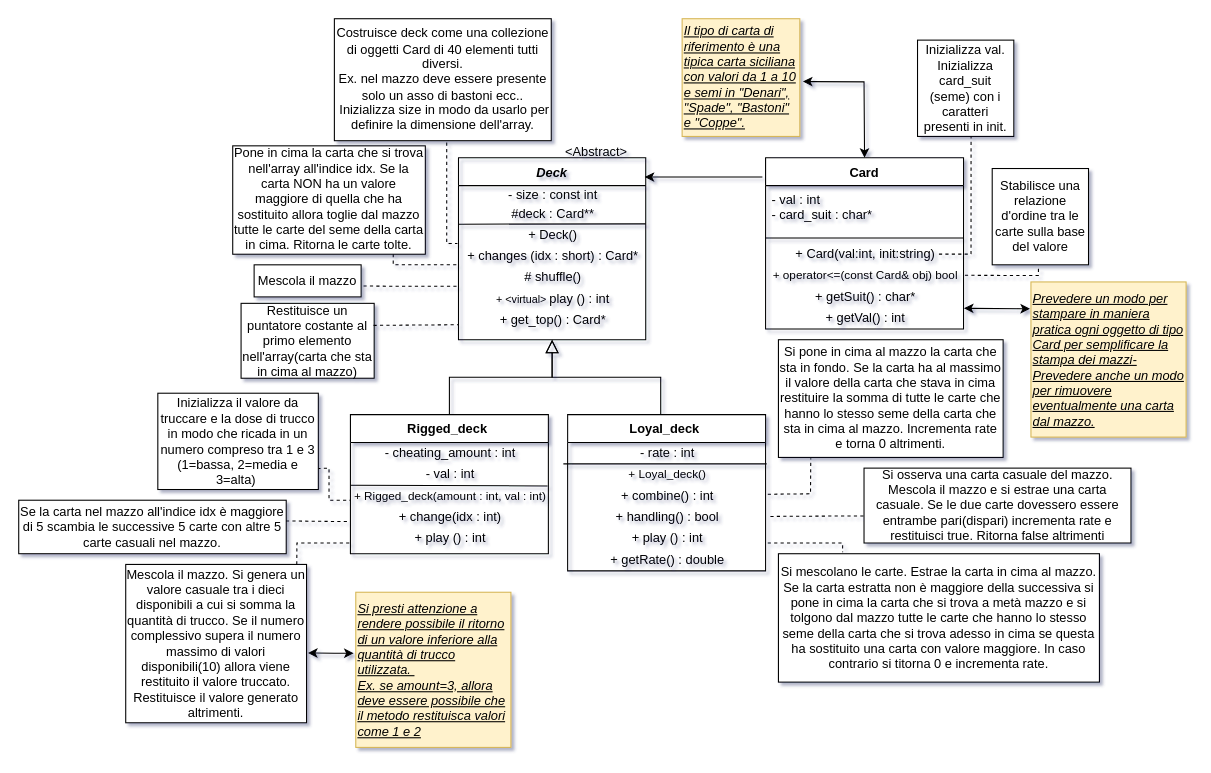
The draw.io diagram Lab.-ProgI-AA-2022/Deck/DiagrammaDeck.drawio in nameisalfio/ProgI, before the edit. Source tidied: cells renumbered, new cells numbered last; positions are measured from the earlier drawing's top-left corner, leaving out a move shared by most shapes. Both pictures are drawn from the tidied source at 107%, with x=0, y=0 at pixel (18, 18).
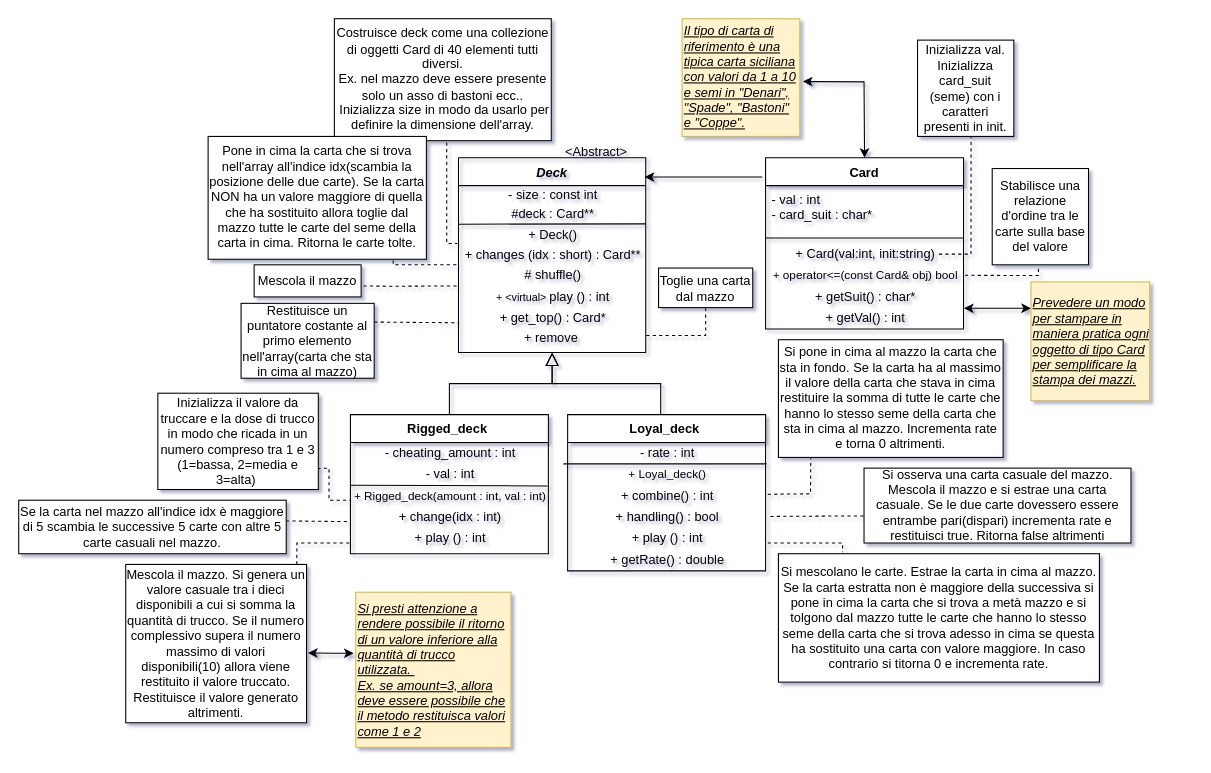
The same page after the edit.

Commit message (it also covers changes not shown here):
VSCode now!

The change refers to these unchanged cells:
```xml
<mxCell id="27" value="&lt;font style=&quot;font-size: 12px;&quot;&gt;+ getVal() : int&lt;/font&gt;" style="text;html=1;align=center;verticalAlign=middle;points=[];strokeColor=none;fillColor=none;rounded=0;" parent="21" vertex="1">
  <mxGeometry y="140" width="185" height="20" as="geometry" />
</mxCell>
<mxCell id="40" value="Mescola il mazzo" style="rounded=0;whiteSpace=wrap;html=1;" parent="1" vertex="1">
  <mxGeometry x="220" y="230" width="100" height="30" as="geometry" />
</mxCell>
<mxCell id="42" value="Restituisce un puntatore costante al primo elemento nell'array(carta che sta in cima al mazzo)" style="whiteSpace=wrap;html=1;rounded=0;" parent="1" vertex="1">
  <mxGeometry x="207.8" y="266" width="124.4" height="70" as="geometry" />
</mxCell>
```

Change to the diagram source:
```diff
@@
     <mxCell id="2" value="Deck" style="swimlane;fontStyle=3;align=center;verticalAlign=top;horizontal=1;startSize=26;rounded=0;shadow=0;strokeWidth=1;fillColor=none;" parent="1" vertex="1">
-      <mxGeometry x="411" y="130" width="175" height="170" as="geometry" />
+      <mxGeometry x="411" y="130" width="175" height="182" as="geometry" />
     </mxCell>
@@
-    <mxCell id="7" value="+ changes (idx : short) : Card*" style="text;html=1;align=center;verticalAlign=middle;fillColor=none;rounded=0;" parent="2" vertex="1">
-      <mxGeometry y="82" width="175" height="20" as="geometry" />
+    <mxCell id="7" value="+ changes (idx : short) : Card**" style="text;html=1;align=center;verticalAlign=middle;fillColor=none;rounded=0;" parent="2" vertex="1">
+      <mxGeometry y="82" width="175" height="18" as="geometry" />
     </mxCell>
     <mxCell id="8" value="# shuffle()" style="text;html=1;align=center;verticalAlign=middle;points=[];fillColor=none;rounded=0;" parent="2" vertex="1">
-      <mxGeometry y="102" width="175" height="20" as="geometry" />
+      <mxGeometry y="100" width="175" height="20" as="geometry" />
     </mxCell>
     <mxCell id="9" value="&lt;font style=&quot;font-size: 10px;&quot;&gt;+ &amp;lt;virtual&amp;gt;&amp;nbsp;&lt;/font&gt;play () : int" style="text;html=1;align=center;verticalAlign=middle;fillColor=none;rounded=0;" parent="2" vertex="1">
-      <mxGeometry y="122" width="175" height="20" as="geometry" />
+      <mxGeometry y="120" width="175" height="20" as="geometry" />
     </mxCell>
     <mxCell id="10" value="+ get_top() : Card*" style="text;html=1;align=center;verticalAlign=middle;points=[];fillColor=none;rounded=0;" parent="2" vertex="1">
-      <mxGeometry y="142" width="175" height="20" as="geometry" />
+      <mxGeometry y="140" width="175" height="20" as="geometry" />
     </mxCell>
+    <mxCell id="68" value="+ remove&amp;nbsp;" style="text;html=1;align=center;verticalAlign=middle;points=[];fillColor=none;rounded=0;" parent="2" vertex="1">
+      <mxGeometry y="160" width="175" height="18" as="geometry" />
+    </mxCell>
@@
-    <mxCell id="39" value="Pone in cima la carta che si trova nell'array all'indice idx. Se la carta NON ha un valore maggiore di quella che ha sostituito allora toglie dal mazzo tutte le carte del seme della carta in cima. Ritorna le carte tolte." style="whiteSpace=wrap;html=1;rounded=0;" parent="1" vertex="1">
-      <mxGeometry x="200" y="118.8" width="180" height="101.3" as="geometry" />
+    <mxCell id="39" value="Pone in cima la carta che si trova nell'array all'indice idx(scambia la posizione delle due carte). Se la carta NON ha un valore maggiore di quella che ha sostituito allora toglie dal mazzo tutte le carte del seme della carta in cima. Ritorna le carte tolte." style="whiteSpace=wrap;html=1;rounded=0;" parent="1" vertex="1">
+      <mxGeometry x="177" y="110" width="204" height="114.8" as="geometry" />
     </mxCell>
@@
-    <mxCell id="41" style="endArrow=none;dashed=1;html=1;rounded=0;entryX=0;entryY=0.7;entryDx=0;entryDy=0;entryPerimeter=0;exitX=1.022;exitY=0.66;exitDx=0;exitDy=0;exitPerimeter=0;" parent="1" edge="1" source="40">
+    <mxCell id="41" style="endArrow=none;dashed=1;html=1;rounded=0;exitX=1.022;exitY=0.66;exitDx=0;exitDy=0;exitPerimeter=0;entryX=-0.002;entryY=0.986;entryDx=0;entryDy=0;entryPerimeter=0;" parent="1" edge="1" source="40" target="8">
       <mxGeometry relative="1" as="geometry">
-        <mxPoint x="410" y="250" as="targetPoint" />
         <Array as="points">
           <mxPoint x="350" y="250" />
         </Array>
       </mxGeometry>
     </mxCell>
@@
-    <mxCell id="43" style="endArrow=none;dashed=1;html=1;rounded=0;entryX=0;entryY=0.7;entryDx=0;entryDy=0;entryPerimeter=0;exitX=0.995;exitY=0.294;exitDx=0;exitDy=0;exitPerimeter=0;" parent="1" edge="1" source="42" target="10">
+    <mxCell id="43" style="endArrow=none;dashed=1;html=1;rounded=0;entryX=0.003;entryY=0.707;entryDx=0;entryDy=0;entryPerimeter=0;exitX=1;exitY=0.25;exitDx=0;exitDy=0;" parent="1" edge="1" source="42" target="10">
       <mxGeometry relative="1" as="geometry" />
     </mxCell>
@@
-    <mxCell id="66" value="&lt;div style=&quot;&quot;&gt;&lt;u style=&quot;background-color: initial;&quot;&gt;&lt;i&gt;Prevedere un modo per stampare in maniera pratica ogni oggetto di tipo Card per semplificare la stampa dei mazzi-&lt;/i&gt;&lt;/u&gt;&lt;/div&gt;&lt;div style=&quot;&quot;&gt;&lt;u style=&quot;background-color: initial;&quot;&gt;&lt;i&gt;Prevedere anche un modo per rimuovere eventualmente una carta dal mazzo.&lt;/i&gt;&lt;/u&gt;&lt;/div&gt;" style="whiteSpace=wrap;html=1;align=left;rounded=0;fillColor=#fff2cc;strokeColor=#d6b656;" parent="1" vertex="1">
-      <mxGeometry x="946" y="246" width="145" height="145" as="geometry" />
+    <mxCell id="66" value="&lt;div style=&quot;&quot;&gt;&lt;u style=&quot;background-color: initial;&quot;&gt;&lt;i&gt;Prevedere un modo per stampare in maniera pratica ogni oggetto di tipo Card per semplificare la stampa dei mazzi.&lt;/i&gt;&lt;/u&gt;&lt;/div&gt;" style="whiteSpace=wrap;html=1;align=left;rounded=0;fillColor=#fff2cc;strokeColor=#d6b656;" parent="1" vertex="1">
+      <mxGeometry x="946" y="246" width="111" height="111" as="geometry" />
     </mxCell>
-    <mxCell id="67" style="endArrow=classic;startArrow=classic;html=1;rounded=0;exitX=1.002;exitY=0.033;exitDx=0;exitDy=0;exitPerimeter=0;entryX=-0.006;entryY=0.173;entryDx=0;entryDy=0;entryPerimeter=0;" parent="1" edge="1" source="27" target="66">
+    <mxCell id="67" style="endArrow=classic;startArrow=classic;html=1;rounded=0;exitX=1.002;exitY=0.033;exitDx=0;exitDy=0;exitPerimeter=0;entryX=0;entryY=0.222;entryDx=0;entryDy=0;entryPerimeter=0;" parent="1" edge="1" source="27" target="66">
       <mxGeometry relative="1" as="geometry" />
     </mxCell>
+    <mxCell id="69" value="Toglie una carta dal mazzo" style="rounded=0;whiteSpace=wrap;html=1;" parent="1" vertex="1">
+      <mxGeometry x="598" y="233" width="88" height="37" as="geometry" />
+    </mxCell>
+    <mxCell id="70" style="endArrow=none;dashed=1;html=1;rounded=0;exitX=1.003;exitY=0.333;exitDx=0;exitDy=0;exitPerimeter=0;entryX=0.5;entryY=1;entryDx=0;entryDy=0;" parent="1" edge="1" source="68" target="69">
+      <mxGeometry relative="1" as="geometry">
+        <Array as="points">
+          <mxPoint x="642" y="296" />
+        </Array>
+      </mxGeometry>
+    </mxCell>
```
